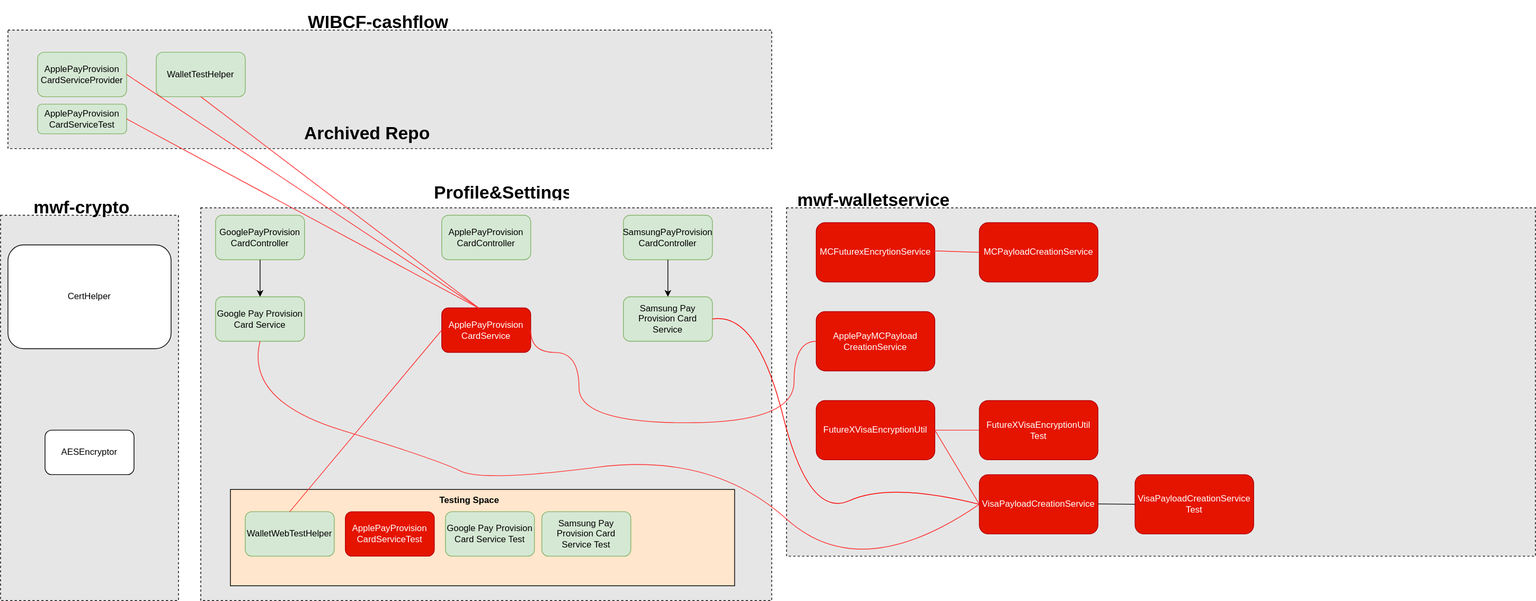
uchiharizvi/design-diagrams keeps this draw.io diagram as Work Samples/WF/Bouncy_Castle_Dependencies_Removal.drawio.svg. Above is the earlier version. Source tidied: cells renumbered, new cells last; positions are measured from the earlier drawing's top-left corner, leaving out a move shared by most shapes.
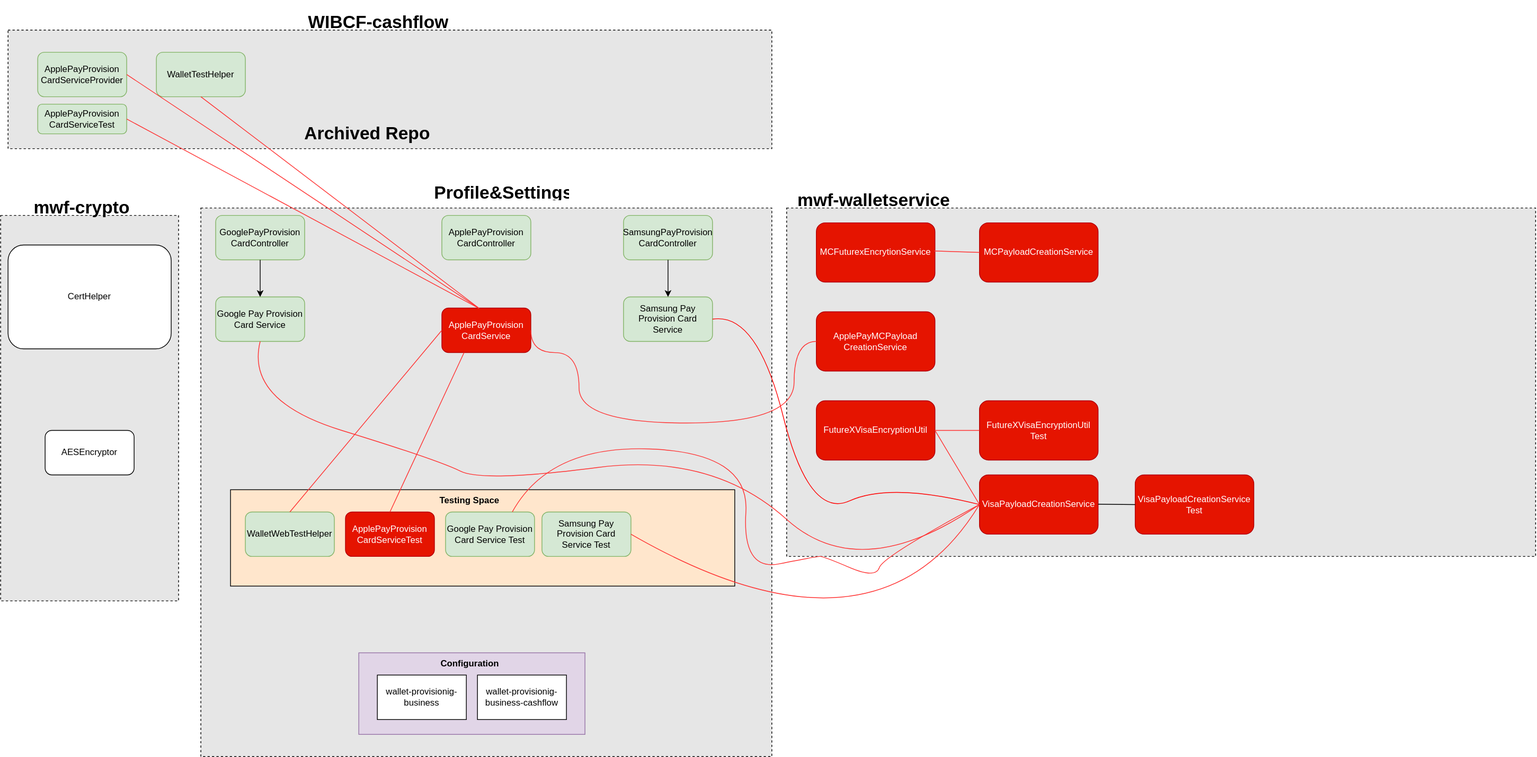
The same diagram one commit later.

Diff of the diagram source:
```diff
@@ -3,7 +3,7 @@
     <mxCell id="0" />
     <mxCell id="1" parent="0" />
     <mxCell id="2" style="rounded=0;whiteSpace=wrap;html=1;dashed=1;fillColor=#E6E6E6;" parent="1" vertex="1">
-      <mxGeometry x="270" y="270" width="770" height="530" as="geometry" />
+      <mxGeometry x="270" y="270" width="770" height="740" as="geometry" />
     </mxCell>
     <mxCell id="3" style="rounded=0;whiteSpace=wrap;html=1;fillColor=#FFE6CC;" parent="1" vertex="1">
       <mxGeometry x="310" y="650" width="680" height="130" as="geometry" />
@@ -165,5 +165,40 @@
     <mxCell id="47" value="&lt;b&gt;Testing Space&lt;/b&gt;" style="text;html=1;align=center;verticalAlign=middle;whiteSpace=wrap;rounded=0;" parent="1" vertex="1">
       <mxGeometry x="585" y="650" width="95" height="30" as="geometry" />
     </mxCell>
+    <mxCell id="48" style="endArrow=none;html=1;rounded=0;exitX=0.5;exitY=0;exitDx=0;exitDy=0;entryX=0.25;entryY=1;entryDx=0;entryDy=0;strokeColor=#FF3333;" parent="1" edge="1" source="30" target="29">
+      <mxGeometry relative="1" as="geometry" />
+    </mxCell>
+    <mxCell id="49" style="endArrow=none;html=1;rounded=0;exitX=0.75;exitY=0;exitDx=0;exitDy=0;entryX=0;entryY=0.5;entryDx=0;entryDy=0;strokeColor=#FF3333;curved=1;" parent="1" edge="1" source="25" target="18">
+      <mxGeometry relative="1" as="geometry">
+        <Array as="points">
+          <mxPoint x="740" y="590" />
+          <mxPoint x="1010" y="600" />
+          <mxPoint x="1000" y="760" />
+          <mxPoint x="1100" y="740" />
+          <mxPoint x="1110" y="740" />
+          <mxPoint x="1180" y="770" />
+          <mxPoint x="1190" y="740" />
+        </Array>
+      </mxGeometry>
+    </mxCell>
+    <mxCell id="50" style="endArrow=none;html=1;rounded=0;exitX=1;exitY=0.5;exitDx=0;exitDy=0;entryX=0;entryY=0.5;entryDx=0;entryDy=0;strokeColor=#FF3333;curved=1;" parent="1" edge="1" source="23" target="18">
+      <mxGeometry relative="1" as="geometry">
+        <Array as="points">
+          <mxPoint x="1180" y="900" />
+        </Array>
+      </mxGeometry>
+    </mxCell>
+    <mxCell id="51" style="rounded=0;whiteSpace=wrap;html=1;fillColor=#e1d5e7;strokeColor=#9673a6;" parent="1" vertex="1">
+      <mxGeometry x="483" y="870" width="305" height="110" as="geometry" />
+    </mxCell>
+    <mxCell id="52" value="wallet-provisionig-business" style="rounded=0;whiteSpace=wrap;html=1;" parent="1" vertex="1">
+      <mxGeometry x="508" y="900" width="120" height="60" as="geometry" />
+    </mxCell>
+    <mxCell id="53" value="&lt;b&gt;Configuration&lt;/b&gt;" style="text;html=1;align=center;verticalAlign=middle;whiteSpace=wrap;rounded=0;" parent="1" vertex="1">
+      <mxGeometry x="588" y="870" width="90" height="30" as="geometry" />
+    </mxCell>
+    <mxCell id="54" value="wallet-provisionig-business-cashflow" style="rounded=0;whiteSpace=wrap;html=1;" parent="1" vertex="1">
+      <mxGeometry x="643" y="900" width="120" height="60" as="geometry" />
+    </mxCell>
   </root>
 </mxGraphModel>
```
